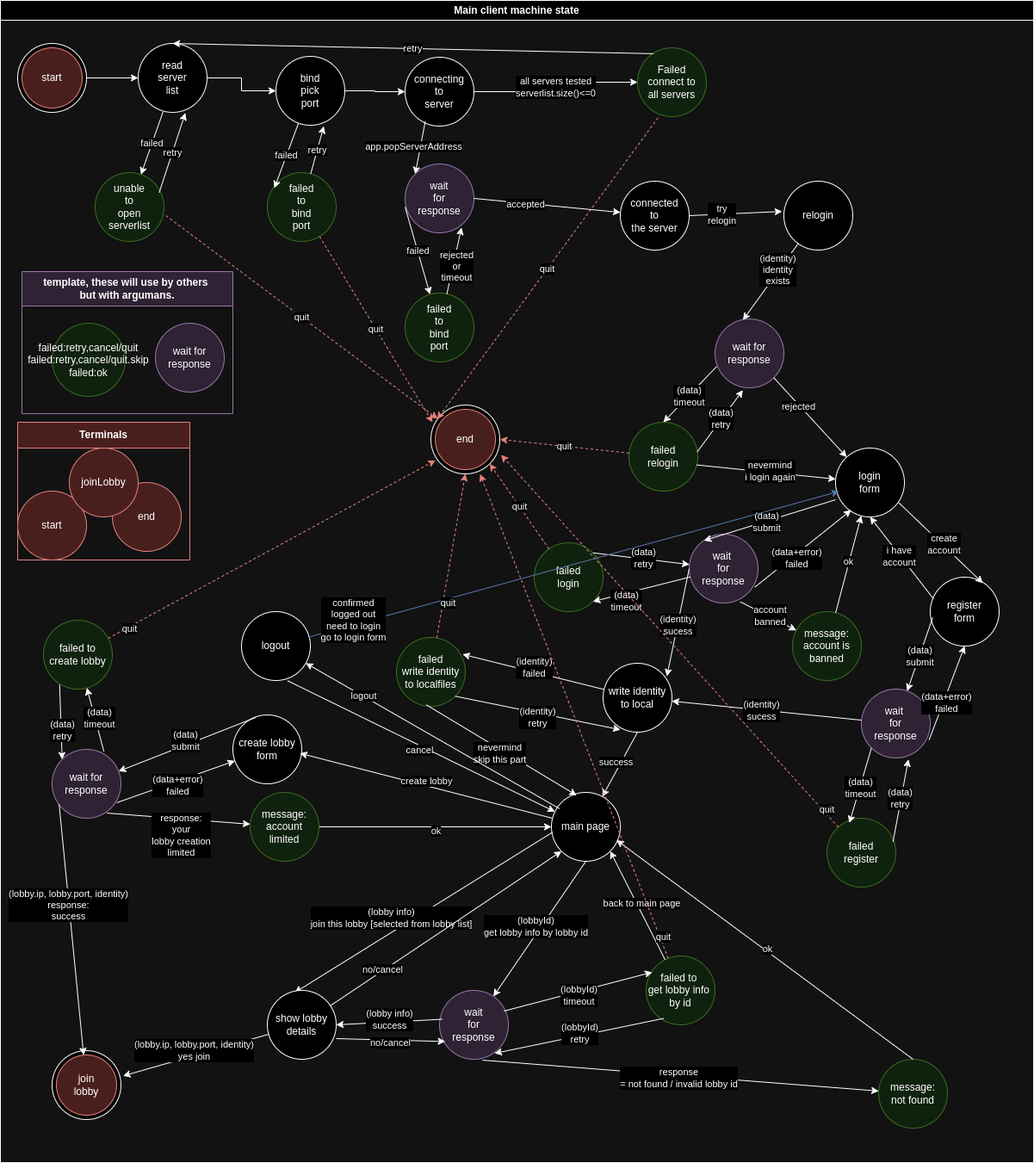
The draw.io diagram docs/machine-state/main-client/main-client-machine-states-dark.png in turnaduw/fluffyMultiplayer, before a commit. Source tidied: cells renumbered, new cells last; positions are measured from the earlier drawing's top-left corner, leaving out a move shared by most shapes.
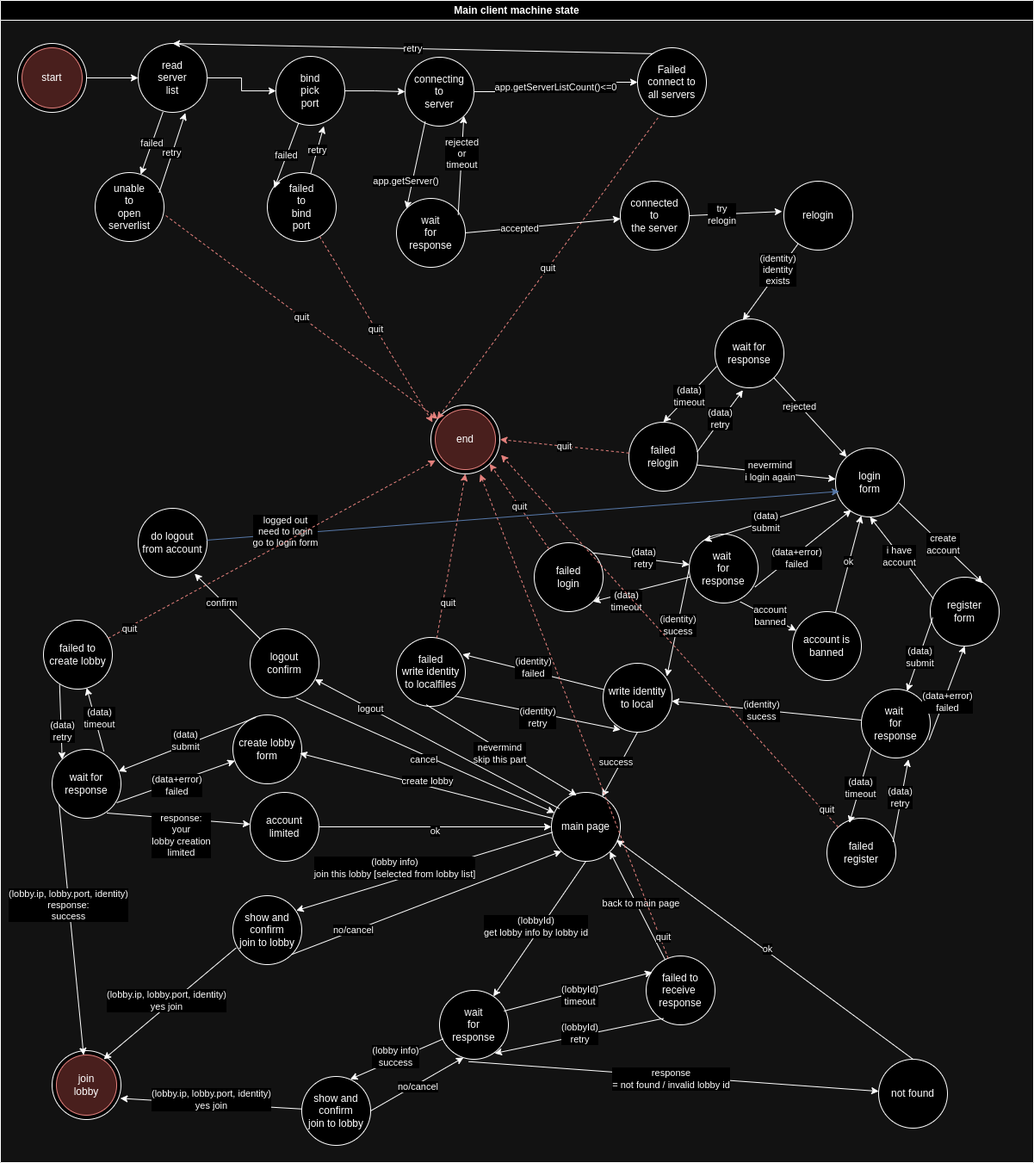
After the change.

Commit message:
doc main-client machine state updated.

Change to the diagram source:
```diff
@@ -22,3 +22,3 @@
     </mxCell>
-    <mxCell id="8" value="unable&lt;br&gt;to&lt;br&gt;open&lt;br&gt;serverlist" style="ellipse;whiteSpace=wrap;html=1;fillColor=#d5e8d4;strokeColor=#82b366;" parent="2" vertex="1">
+    <mxCell id="8" value="unable&lt;br&gt;to&lt;br&gt;open&lt;br&gt;serverlist" style="ellipse;whiteSpace=wrap;html=1;" parent="2" vertex="1">
       <mxGeometry x="110" y="200" width="80" height="80" as="geometry" />
@@ -46,3 +46,3 @@
     </mxCell>
-    <mxCell id="16" value="all servers tested&lt;br&gt;serverlist.size()&amp;lt;=0" style="edgeStyle=orthogonalEdgeStyle;rounded=0;jettySize=auto;html=1;entryX=0;entryY=0.5;entryDx=0;entryDy=0;" parent="2" edge="1" source="17" target="23">
+    <mxCell id="16" value="app.getServerListCount()&amp;lt;=0" style="edgeStyle=orthogonalEdgeStyle;rounded=0;jettySize=auto;html=1;entryX=0;entryY=0.5;entryDx=0;entryDy=0;" parent="2" edge="1" source="17" target="23">
       <mxGeometry relative="1" as="geometry" />
@@ -52,3 +52,3 @@
     </mxCell>
-    <mxCell id="18" value="failed&lt;br&gt;to&lt;br&gt;bind&lt;br&gt;port" style="ellipse;whiteSpace=wrap;html=1;fillColor=#d5e8d4;strokeColor=#82b366;" parent="2" vertex="1">
+    <mxCell id="18" value="failed&lt;br&gt;to&lt;br&gt;bind&lt;br&gt;port" style="ellipse;whiteSpace=wrap;html=1;" parent="2" vertex="1">
       <mxGeometry x="310" y="200" width="80" height="80" as="geometry" />
@@ -64,10 +64,10 @@
     </mxCell>
-    <mxCell id="22" value="wait&lt;br&gt;for&lt;br&gt;response" style="ellipse;whiteSpace=wrap;html=1;fillColor=#e1d5e7;strokeColor=#9673a6;" parent="2" vertex="1">
-      <mxGeometry x="470" y="190" width="80" height="80" as="geometry" />
+    <mxCell id="22" value="wait&lt;br&gt;for&lt;br&gt;response" style="ellipse;whiteSpace=wrap;html=1;" parent="2" vertex="1">
+      <mxGeometry x="460" y="230" width="80" height="80" as="geometry" />
     </mxCell>
-    <mxCell id="23" value="Failed&lt;br&gt;connect to&lt;br&gt;all servers" style="ellipse;whiteSpace=wrap;html=1;fillColor=#d5e8d4;strokeColor=#82b366;" parent="2" vertex="1">
+    <mxCell id="23" value="Failed&lt;br&gt;connect to&lt;br&gt;all servers" style="ellipse;whiteSpace=wrap;html=1;" parent="2" vertex="1">
       <mxGeometry x="740" y="55" width="80" height="80" as="geometry" />
     </mxCell>
-    <mxCell id="24" value="app.popServerAddress" style="endArrow=classic;html=1;rounded=0;entryX=0;entryY=0;entryDx=0;entryDy=0;exitX=0.293;exitY=0.931;exitDx=0;exitDy=0;exitPerimeter=0;" parent="2" edge="1" source="17" target="22">
-      <mxGeometry x="0.01" y="-8" relative="1" as="geometry" />
+    <mxCell id="24" value="app.getServer()" style="endArrow=classic;html=1;rounded=0;entryX=0;entryY=0;entryDx=0;entryDy=0;exitX=0.293;exitY=0.931;exitDx=0;exitDy=0;exitPerimeter=0;" parent="2" edge="1" source="17" target="22">
+      <mxGeometry x="0.4" y="-7" relative="1" as="geometry" />
     </mxCell>
@@ -79,2 +79,5 @@
     </mxCell>
+    <mxCell id="113" value="rejected&lt;br&gt;or&lt;br&gt;timeout" style="endArrow=classic;html=1;rounded=0;entryX=1;entryY=1;entryDx=0;entryDy=0;exitX=0.896;exitY=0.241;exitDx=0;exitDy=0;exitPerimeter=0;" parent="2" edge="1" source="22" target="17">
+      <mxGeometry x="0.25" relative="1" as="geometry" />
+    </mxCell>
     <mxCell id="27" value="connected&lt;br&gt;to&lt;br&gt;the server" style="ellipse;whiteSpace=wrap;html=1;" parent="2" vertex="1">
@@ -91,3 +94,3 @@
     </mxCell>
-    <mxCell id="31" value="wait for response" style="ellipse;whiteSpace=wrap;html=1;fillColor=#e1d5e7;strokeColor=#9673a6;" parent="2" vertex="1">
+    <mxCell id="31" value="wait for response" style="ellipse;whiteSpace=wrap;html=1;" parent="2" vertex="1">
       <mxGeometry x="830" y="370" width="80" height="80" as="geometry" />
@@ -103,3 +106,3 @@
     </mxCell>
-    <mxCell id="35" value="failed&lt;br&gt;relogin" style="ellipse;whiteSpace=wrap;html=1;fillColor=#d5e8d4;strokeColor=#82b366;" parent="2" vertex="1">
+    <mxCell id="35" value="failed&lt;br&gt;relogin" style="ellipse;whiteSpace=wrap;html=1;" parent="2" vertex="1">
       <mxGeometry x="730" y="490" width="80" height="80" as="geometry" />
@@ -127,3 +130,3 @@
     </mxCell>
-    <mxCell id="43" value="wait&amp;nbsp;&lt;br&gt;for&lt;br&gt;response" style="ellipse;whiteSpace=wrap;html=1;fillColor=#e1d5e7;strokeColor=#9673a6;" parent="2" vertex="1">
+    <mxCell id="43" value="wait&amp;nbsp;&lt;br&gt;for&lt;br&gt;response" style="ellipse;whiteSpace=wrap;html=1;" parent="2" vertex="1">
       <mxGeometry x="800" y="620" width="80" height="80" as="geometry" />
@@ -142,3 +145,3 @@
     </mxCell>
-    <mxCell id="48" value="wait&amp;nbsp;&lt;br&gt;for&lt;br&gt;response" style="ellipse;whiteSpace=wrap;html=1;fillColor=#e1d5e7;strokeColor=#9673a6;" parent="2" vertex="1">
+    <mxCell id="48" value="wait&amp;nbsp;&lt;br&gt;for&lt;br&gt;response" style="ellipse;whiteSpace=wrap;html=1;" parent="2" vertex="1">
       <mxGeometry x="1000" y="800" width="80" height="80" as="geometry" />
@@ -154,6 +157,6 @@
     </mxCell>
-    <mxCell id="52" value="failed&lt;br&gt;register" style="ellipse;whiteSpace=wrap;html=1;fillColor=#d5e8d4;strokeColor=#82b366;" parent="2" vertex="1">
+    <mxCell id="52" value="failed&lt;br&gt;register" style="ellipse;whiteSpace=wrap;html=1;" parent="2" vertex="1">
       <mxGeometry x="960" y="950" width="80" height="80" as="geometry" />
     </mxCell>
-    <mxCell id="53" value="failed&lt;br&gt;login" style="ellipse;whiteSpace=wrap;html=1;fillColor=#d5e8d4;strokeColor=#82b366;" parent="2" vertex="1">
+    <mxCell id="53" value="failed&lt;br&gt;login" style="ellipse;whiteSpace=wrap;html=1;" parent="2" vertex="1">
       <mxGeometry x="620" y="630" width="80" height="80" as="geometry" />
@@ -178,3 +181,3 @@
     </mxCell>
-    <mxCell id="60" value="failed&lt;br&gt;write identity&lt;br&gt;to localfiles" style="ellipse;whiteSpace=wrap;html=1;fillColor=#d5e8d4;strokeColor=#82b366;" parent="2" vertex="1">
+    <mxCell id="60" value="failed&lt;br&gt;write identity&lt;br&gt;to localfiles" style="ellipse;whiteSpace=wrap;html=1;" parent="2" vertex="1">
       <mxGeometry x="460" y="740" width="80" height="80" as="geometry" />
@@ -196,5 +199,8 @@
     </mxCell>
-    <mxCell id="66" value="logout" style="ellipse;whiteSpace=wrap;html=1;" parent="2" vertex="1">
-      <mxGeometry x="280" y="710" width="80" height="80" as="geometry" />
+    <mxCell id="66" value="logout&lt;br&gt;confirm" style="ellipse;whiteSpace=wrap;html=1;" parent="2" vertex="1">
+      <mxGeometry x="290" y="730" width="80" height="80" as="geometry" />
     </mxCell>
+    <mxCell id="115" value="do logout&lt;br&gt;from account" style="ellipse;whiteSpace=wrap;html=1;" parent="2" vertex="1">
+      <mxGeometry x="160" y="590" width="80" height="80" as="geometry" />
+    </mxCell>
     <mxCell id="67" value="logout" style="endArrow=classic;html=1;rounded=0;exitX=0.116;exitY=0.236;exitDx=0;exitDy=0;exitPerimeter=0;" parent="2" edge="1" source="63" target="66">
@@ -205,4 +211,7 @@
     </mxCell>
+    <mxCell id="116" value="confirm" style="endArrow=classic;html=1;rounded=0;entryX=0.82;entryY=0.95;entryDx=0;entryDy=0;entryPerimeter=0;" parent="2" edge="1" source="66" target="115">
+      <mxGeometry x="0.15" y="2" relative="1" as="geometry" />
+    </mxCell>
-    <mxCell id="69" value="confirmed&lt;br&gt;logged out&lt;br&gt;need to login&lt;br&gt;go to login form" style="endArrow=classic;html=1;rounded=0;entryX=0.052;entryY=0.629;entryDx=0;entryDy=0;entryPerimeter=0;fillColor=#dae8fc;strokeColor=#6c8ebf;" parent="2" edge="1" source="66" target="33">
-      <mxGeometry x="-0.83" y="5" relative="1" as="geometry" />
+    <mxCell id="69" value="logged out&lt;br&gt;need to login&lt;br&gt;go to login form" style="endArrow=classic;html=1;rounded=0;entryX=0.052;entryY=0.629;entryDx=0;entryDy=0;entryPerimeter=0;fillColor=#dae8fc;strokeColor=#6c8ebf;" parent="2" edge="1" source="115" target="33">
+      <mxGeometry x="-0.75" y="3" relative="1" as="geometry" />
     </mxCell>
@@ -217,6 +226,6 @@
     </mxCell>
-    <mxCell id="73" value="(lobby info)&lt;br&gt;join this lobby [selected from lobby list]" style="endArrow=classic;html=1;rounded=0;exitX=0.016;exitY=0.579;exitDx=0;exitDy=0;exitPerimeter=0;entryX=0.396;entryY=0.033;entryDx=0;entryDy=0;entryPerimeter=0;" parent="2" edge="1" source="63" target="93">
+    <mxCell id="73" value="(lobby info)&lt;br&gt;join this lobby [selected from lobby list]" style="endArrow=classic;html=1;rounded=0;exitX=0.016;exitY=0.579;exitDx=0;exitDy=0;entryX=0.92;entryY=0.216;entryDx=0;entryDy=0;entryPerimeter=0;exitPerimeter=0;" parent="2" edge="1" source="63" target="117">
       <mxGeometry x="0.2" y="-14" relative="1" as="geometry" />
     </mxCell>
-    <mxCell id="74" value="wait&lt;br&gt;for&lt;br&gt;response" style="ellipse;whiteSpace=wrap;html=1;fillColor=#e1d5e7;strokeColor=#9673a6;" parent="2" vertex="1">
+    <mxCell id="74" value="wait&lt;br&gt;for&lt;br&gt;response" style="ellipse;whiteSpace=wrap;html=1;" parent="2" vertex="1">
       <mxGeometry x="510" y="1150" width="80" height="80" as="geometry" />
@@ -226,6 +235,6 @@
     </mxCell>
-    <mxCell id="76" value="(lobby.ip, lobby.port, identity)&lt;br&gt;yes join" style="endArrow=classic;html=1;rounded=0;entryX=1.031;entryY=0.367;entryDx=0;entryDy=0;entryPerimeter=0;" parent="2" edge="1" source="93" target="71">
+    <mxCell id="76" value="(lobby.ip, lobby.port, identity)&lt;br&gt;yes join" style="endArrow=classic;html=1;rounded=0;entryX=0.991;entryY=0.693;entryDx=0;entryDy=0;entryPerimeter=0;" parent="2" edge="1" source="93" target="71">
       <mxGeometry y="-5" relative="1" as="geometry" />
     </mxCell>
-    <mxCell id="77" value="failed to&amp;nbsp;&lt;br&gt;get lobby info&amp;nbsp;&lt;br&gt;by id" style="ellipse;whiteSpace=wrap;html=1;fillColor=#d5e8d4;strokeColor=#82b366;" parent="2" vertex="1">
+    <mxCell id="77" value="failed to&lt;br&gt;receive&amp;nbsp;&lt;br&gt;response" style="ellipse;whiteSpace=wrap;html=1;" parent="2" vertex="1">
       <mxGeometry x="750" y="1110" width="80" height="80" as="geometry" />
@@ -241,6 +250,6 @@
     </mxCell>
-    <mxCell id="81" value="message:&lt;br&gt;not found" style="ellipse;whiteSpace=wrap;html=1;fillColor=#d5e8d4;strokeColor=#82b366;" parent="2" vertex="1">
+    <mxCell id="81" value="not found" style="ellipse;whiteSpace=wrap;html=1;" parent="2" vertex="1">
       <mxGeometry x="1020" y="1230" width="80" height="80" as="geometry" />
     </mxCell>
-    <mxCell id="82" value="response&lt;br&gt;= not found / invalid lobby id" style="endArrow=classic;html=1;rounded=0;exitX=0.625;exitY=1.013;exitDx=0;exitDy=0;exitPerimeter=0;" parent="2" edge="1" source="74" target="81">
+    <mxCell id="82" value="response&lt;br&gt;= not found / invalid lobby id" style="endArrow=classic;html=1;rounded=0;exitX=0.423;exitY=1.034;exitDx=0;exitDy=0;exitPerimeter=0;" parent="2" edge="1" source="74" target="81">
       <mxGeometry x="-0.01" y="-3" relative="1" as="geometry" />
@@ -256,3 +265,3 @@
     </mxCell>
-    <mxCell id="86" value="wait for response" style="ellipse;whiteSpace=wrap;html=1;fillColor=#e1d5e7;strokeColor=#9673a6;" parent="2" vertex="1">
+    <mxCell id="86" value="wait for response" style="ellipse;whiteSpace=wrap;html=1;" parent="2" vertex="1">
       <mxGeometry x="60" y="870" width="80" height="80" as="geometry" />
@@ -262,3 +271,3 @@
     </mxCell>
-    <mxCell id="88" value="failed to create lobby" style="ellipse;whiteSpace=wrap;html=1;fillColor=#d5e8d4;strokeColor=#82b366;" parent="2" vertex="1">
+    <mxCell id="88" value="failed to create lobby" style="ellipse;whiteSpace=wrap;html=1;" parent="2" vertex="1">
       <mxGeometry x="50" y="720" width="80" height="80" as="geometry" />
@@ -277,12 +286,20 @@
     </mxCell>
-    <mxCell id="93" value="show lobby details" style="ellipse;whiteSpace=wrap;html=1;" parent="2" vertex="1">
-      <mxGeometry x="310" y="1150" width="80" height="80" as="geometry" />
+    <mxCell id="93" value="show and&lt;br&gt;confirm&lt;br&gt;join to lobby" style="ellipse;whiteSpace=wrap;html=1;" parent="2" vertex="1">
+      <mxGeometry x="350" y="1250" width="80" height="80" as="geometry" />
     </mxCell>
-    <mxCell id="94" value="(lobby info)&lt;br&gt;success" style="endArrow=classic;html=1;rounded=0;exitX=0.042;exitY=0.419;exitDx=0;exitDy=0;exitPerimeter=0;entryX=1;entryY=0.5;entryDx=0;entryDy=0;" parent="2" edge="1" source="74" target="93">
+    <mxCell id="94" value="(lobby info)&lt;br&gt;success" style="endArrow=classic;html=1;rounded=0;exitX=0.055;exitY=0.704;exitDx=0;exitDy=0;exitPerimeter=0;entryX=0.705;entryY=0.039;entryDx=0;entryDy=0;entryPerimeter=0;" parent="2" edge="1" source="74" target="93">
       <mxGeometry x="-0.01" y="-3" relative="1" as="geometry" />
     </mxCell>
-    <mxCell id="95" value="no/cancel" style="endArrow=classic;html=1;rounded=0;entryX=0.083;entryY=0.742;entryDx=0;entryDy=0;entryPerimeter=0;exitX=1;exitY=0.7;exitDx=0;exitDy=0;exitPerimeter=0;" parent="2" edge="1" source="93" target="74">
-      <mxGeometry x="-0.01" y="-3" relative="1" as="geometry" />
+    <mxCell id="95" value="no/cancel" style="endArrow=classic;html=1;rounded=0;entryX=0.348;entryY=0.975;entryDx=0;entryDy=0;entryPerimeter=0;" parent="2" edge="1" target="74">
+      <mxGeometry x="-0.01" y="-3" relative="1" as="geometry">
+        <mxPoint x="430" y="1290" as="sourcePoint" />
+      </mxGeometry>
     </mxCell>
+    <mxCell id="117" value="show and&lt;br&gt;confirm&lt;br&gt;join to lobby" style="ellipse;whiteSpace=wrap;html=1;" parent="2" vertex="1">
+      <mxGeometry x="270" y="1040" width="80" height="80" as="geometry" />
+    </mxCell>
+    <mxCell id="118" value="(lobby.ip, lobby.port, identity)&lt;br&gt;yes join" style="endArrow=classic;html=1;rounded=0;entryX=0.75;entryY=0.125;entryDx=0;entryDy=0;entryPerimeter=0;exitX=0.048;exitY=0.757;exitDx=0;exitDy=0;exitPerimeter=0;" parent="2" edge="1" source="117" target="71">
+      <mxGeometry y="-5" relative="1" as="geometry" />
+    </mxCell>
-    <mxCell id="96" value="no/cancel" style="endArrow=classic;html=1;rounded=0;entryX=0;entryY=1;entryDx=0;entryDy=0;" parent="2" edge="1" source="93" target="63">
+    <mxCell id="96" value="no/cancel" style="endArrow=classic;html=1;rounded=0;exitX=1;exitY=1;exitDx=0;exitDy=0;entryX=0;entryY=1;entryDx=0;entryDy=0;" parent="2" edge="1" source="117" target="63">
       <mxGeometry x="-0.54" y="1" relative="1" as="geometry" />
@@ -300,3 +317,3 @@
     </mxCell>
-    <mxCell id="100" value="message:&lt;br&gt;account is banned" style="ellipse;whiteSpace=wrap;html=1;fillColor=#d5e8d4;strokeColor=#82b366;" parent="2" vertex="1">
+    <mxCell id="100" value="account is banned" style="ellipse;whiteSpace=wrap;html=1;" parent="2" vertex="1">
       <mxGeometry x="920" y="710" width="80" height="80" as="geometry" />
@@ -309,3 +326,3 @@
     </mxCell>
-    <mxCell id="103" value="message:&lt;br&gt;account limited" style="ellipse;whiteSpace=wrap;html=1;fillColor=#d5e8d4;strokeColor=#82b366;" parent="2" vertex="1">
+    <mxCell id="103" value="account limited" style="ellipse;whiteSpace=wrap;html=1;" parent="2" vertex="1">
       <mxGeometry x="290" y="920" width="80" height="80" as="geometry" />
@@ -315,32 +332,2 @@
     </mxCell>
-    <mxCell id="105" value="template, these will use by others&amp;nbsp;&lt;br&gt;but with argumans." style="swimlane;whiteSpace=wrap;html=1;startSize=40;fillColor=#e1d5e7;strokeColor=#9673a6;" parent="2" vertex="1">
-      <mxGeometry x="25" y="315" width="245" height="165" as="geometry" />
-    </mxCell>
-    <mxCell id="106" value="wait for response" style="ellipse;whiteSpace=wrap;html=1;fillColor=#e1d5e7;strokeColor=#9673a6;" parent="105" vertex="1">
-      <mxGeometry x="155" y="60" width="80" height="80" as="geometry" />
-    </mxCell>
-    <mxCell id="107" value="failed:retry,cancel/quit&lt;br&gt;failed:retry,cancel/quit.skip&lt;br&gt;failed:ok" style="ellipse;whiteSpace=wrap;html=1;fillColor=#d5e8d4;strokeColor=#82b366;" parent="105" vertex="1">
-      <mxGeometry x="35" y="60" width="85" height="85" as="geometry" />
-    </mxCell>
-    <mxCell id="108" value="Terminals" style="swimlane;whiteSpace=wrap;html=1;startSize=30;fillColor=#f8cecc;strokeColor=#b85450;" parent="2" vertex="1">
-      <mxGeometry x="20" y="490" width="200" height="160" as="geometry" />
-    </mxCell>
-    <mxCell id="109" value="start" style="ellipse;whiteSpace=wrap;html=1;fillColor=#f8cecc;strokeColor=#b85450;" parent="108" vertex="1">
-      <mxGeometry y="80" width="80" height="80" as="geometry" />
-    </mxCell>
-    <mxCell id="110" value="end" style="ellipse;whiteSpace=wrap;html=1;fillColor=#f8cecc;strokeColor=#b85450;" parent="108" vertex="1">
-      <mxGeometry x="110" y="70" width="80" height="80" as="geometry" />
-    </mxCell>
-    <mxCell id="111" value="joinLobby" style="ellipse;whiteSpace=wrap;html=1;fillColor=#f8cecc;strokeColor=#b85450;" parent="108" vertex="1">
-      <mxGeometry x="60" y="30" width="80" height="80" as="geometry" />
-    </mxCell>
-    <mxCell id="112" value="failed&lt;br&gt;to&lt;br&gt;bind&lt;br&gt;port" style="ellipse;whiteSpace=wrap;html=1;fillColor=#d5e8d4;strokeColor=#82b366;" parent="2" vertex="1">
-      <mxGeometry x="470" y="340" width="80" height="80" as="geometry" />
-    </mxCell>
-    <mxCell id="113" value="rejected&lt;br&gt;or&lt;br&gt;timeout" style="endArrow=classic;html=1;rounded=0;entryX=0.82;entryY=0.923;entryDx=0;entryDy=0;entryPerimeter=0;" parent="2" edge="1" source="112" target="22">
-      <mxGeometry x="-0.15" y="-4" relative="1" as="geometry" />
-    </mxCell>
-    <mxCell id="114" value="failed" style="endArrow=classic;html=1;rounded=0;exitX=0;exitY=0.625;exitDx=0;exitDy=0;exitPerimeter=0;" parent="2" edge="1" source="22" target="112">
-      <mxGeometry relative="1" as="geometry" />
-    </mxCell>
   </root>
```
